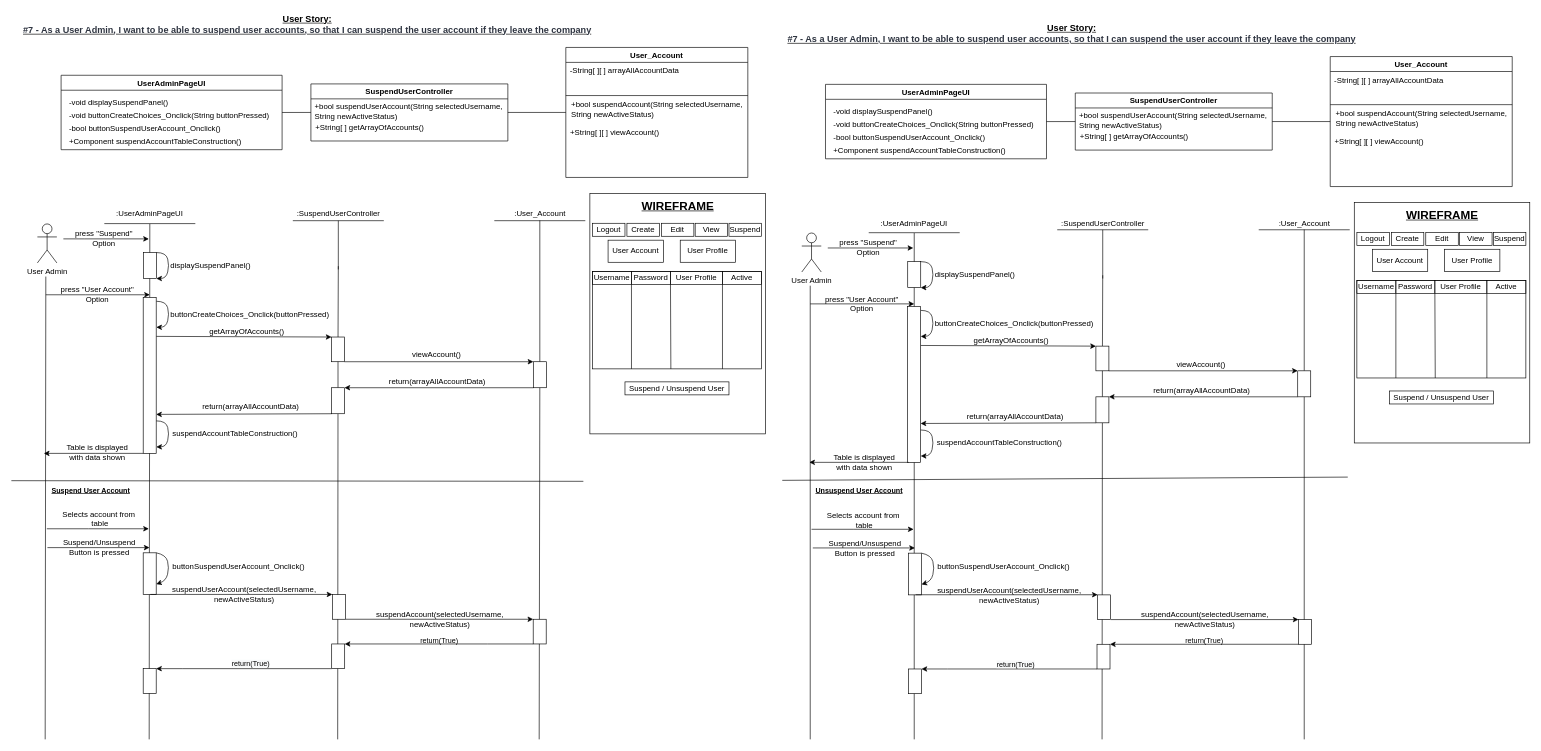
Before: BCE_UML_and_Diagrams/UserAdmin/UserAdmin_Suspend(UserStory_7)/UserStory_7_BCE_Sequence.drawio in extred5700/JAVAGUI-Restaurant-Table-Order-System, a draw.io diagram. Source tidied: cells renumbered, new cells numbered last; positions are measured from the earlier drawing's top-left corner, leaving out a move shared by most shapes. Both pictures are drawn from the tidied source at 65%, with x=0, y=0 at pixel (11, 11).
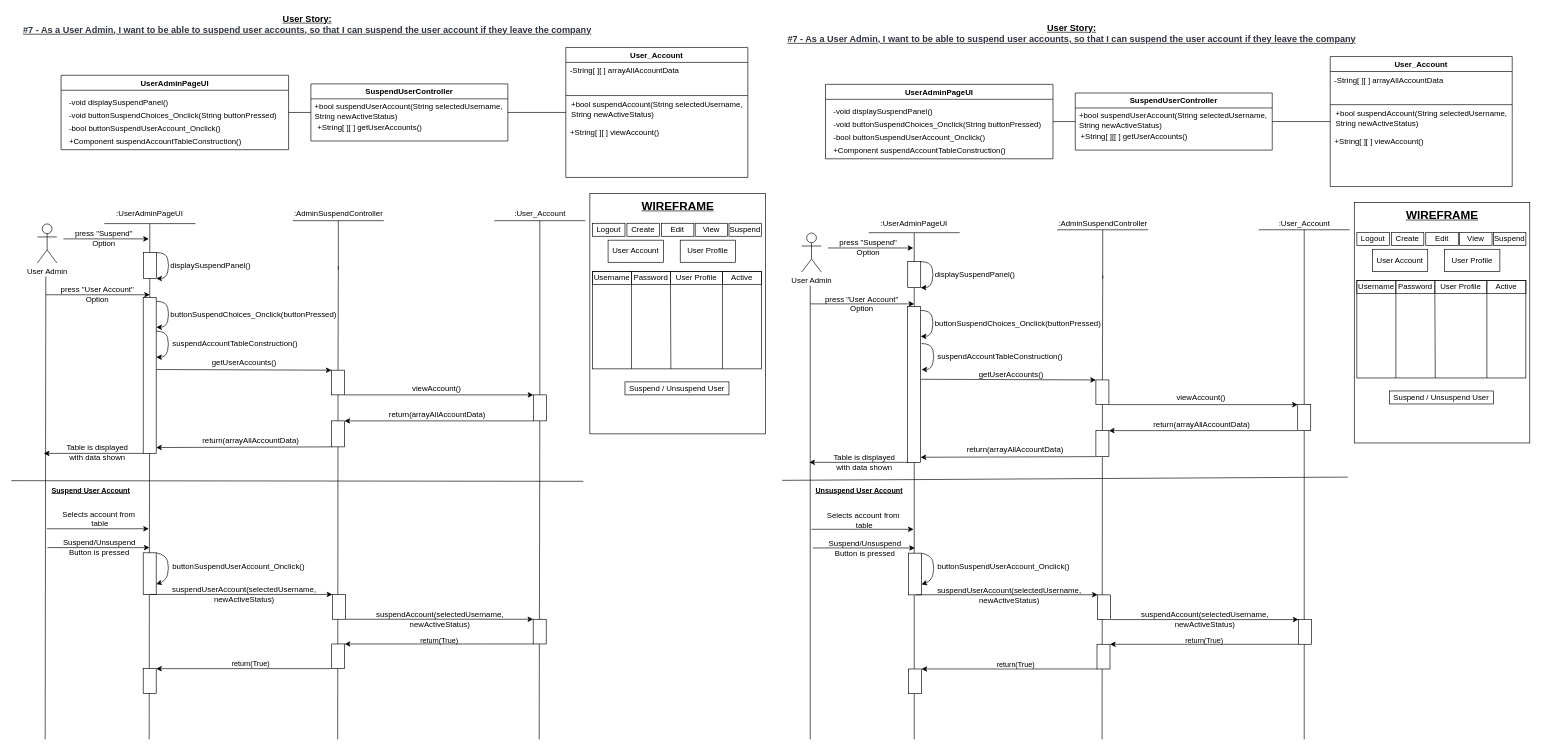
After the change.

Unchanged cells that the change refers to:
```xml
<mxCell id="10" value="SuspendUserController" style="swimlane;" parent="1" vertex="1">
  <mxGeometry x="460.8" y="111.6" width="303" height="87.8" as="geometry" />
</mxCell>
<mxCell id="55" style="rounded=0;whiteSpace=wrap;html=1;" parent="1" vertex="1">
  <mxGeometry x="202.8" y="440" width="20" height="240" as="geometry" />
</mxCell>
<mxCell id="104" value="SuspendUserController" style="swimlane;" parent="1" vertex="1">
  <mxGeometry x="1636.8" y="125.6" width="303" height="87.8" as="geometry" />
</mxCell>
<mxCell id="133" style="rounded=0;whiteSpace=wrap;html=1;" parent="1" vertex="1">
  <mxGeometry x="1378.8" y="454" width="20" height="240" as="geometry" />
</mxCell>
```

The edit, as a diff of the source:
```diff
@@
     <mxCell id="5" value="UserAdminPageUI" style="swimlane;" parent="1" vertex="1">
-      <mxGeometry x="76.5" y="98.3" width="340" height="114.5" as="geometry" />
+      <mxGeometry x="76.5" y="98.3" width="350" height="114.5" as="geometry" />
     </mxCell>
@@
-    <mxCell id="8" value="-void buttonCreateChoices_Onclick(String buttonPressed)" style="text;html=1;align=left;verticalAlign=middle;strokeColor=none;fillColor=none;" parent="5" vertex="1">
-      <mxGeometry x="10" y="51.7" width="320" height="20" as="geometry" />
+    <mxCell id="8" value="-void buttonSuspendChoices_Onclick(String buttonPressed)" style="text;html=1;align=left;verticalAlign=middle;strokeColor=none;fillColor=none;" parent="5" vertex="1">
+      <mxGeometry x="10" y="51.7" width="340" height="20" as="geometry" />
     </mxCell>
@@
-    <mxCell id="12" value="&lt;div style=&quot;text-align: left&quot;&gt;+String[ ] getArrayOfAccounts()&lt;/div&gt;" style="text;html=1;align=center;verticalAlign=middle;strokeColor=none;fillColor=none;" parent="10" vertex="1">
+    <mxCell id="12" value="&lt;div style=&quot;text-align: left&quot;&gt;+String[ ][ ] getUserAccounts()&lt;/div&gt;" style="text;html=1;align=center;verticalAlign=middle;strokeColor=none;fillColor=none;" parent="10" vertex="1">
       <mxGeometry y="57.7" width="180" height="20" as="geometry" />
     </mxCell>
@@
-    <mxCell id="18" value=":SuspendUserController" style="text;html=1;align=center;verticalAlign=middle;strokeColor=none;fillColor=none;" parent="1" vertex="1">
-      <mxGeometry x="433" y="302" width="140" height="20" as="geometry" />
+    <mxCell id="18" value=":AdminSuspendController" style="text;html=1;align=center;verticalAlign=middle;strokeColor=none;fillColor=none;" parent="1" vertex="1">
+      <mxGeometry x="428" y="302" width="150" height="20" as="geometry" />
     </mxCell>
@@
-    <mxCell id="27" value="buttonCreateChoices_Onclick(buttonPressed)" style="text;html=1;align=left;verticalAlign=middle;strokeColor=none;fillColor=none;" parent="1" vertex="1">
-      <mxGeometry x="243" y="456" width="260" height="20" as="geometry" />
+    <mxCell id="27" value="buttonSuspendChoices_Onclick(buttonPressed)" style="text;html=1;align=left;verticalAlign=middle;strokeColor=none;fillColor=none;" parent="1" vertex="1">
+      <mxGeometry x="243" y="456" width="270" height="20" as="geometry" />
     </mxCell>
@@
-    <mxCell id="47" style="endArrow=classic;html=1;rounded=0;entryX=0;entryY=0;entryDx=0;entryDy=0;exitX=1;exitY=0.25;exitDx=0;exitDy=0;" parent="1" edge="1" source="55" target="67">
-      <mxGeometry relative="1" as="geometry" />
+    <mxCell id="47" style="endArrow=classic;html=1;rounded=0;entryX=0;entryY=0;entryDx=0;entryDy=0;exitX=1;exitY=0.25;exitDx=0;exitDy=0;" parent="1" edge="1" target="67">
+      <mxGeometry relative="1" as="geometry">
+        <mxPoint x="222.8" y="551" as="sourcePoint" />
+      </mxGeometry>
     </mxCell>
-    <mxCell id="48" value="getArrayOfAccounts()" style="text;html=1;align=center;verticalAlign=middle;strokeColor=none;fillColor=none;" parent="1" vertex="1">
-      <mxGeometry x="296.5" y="483" width="130" height="20" as="geometry" />
+    <mxCell id="48" value="getUserAccounts()" style="text;html=1;align=center;verticalAlign=middle;strokeColor=none;fillColor=none;" parent="1" vertex="1">
+      <mxGeometry x="302.8" y="531" width="110" height="20" as="geometry" />
     </mxCell>
-    <mxCell id="49" style="endArrow=classic;html=1;rounded=0;exitX=0;exitY=1;exitDx=0;exitDy=0;entryX=1;entryY=0.75;entryDx=0;entryDy=0;" parent="1" edge="1" source="70" target="55">
-      <mxGeometry relative="1" as="geometry" />
+    <mxCell id="49" style="endArrow=classic;html=1;rounded=0;exitX=0;exitY=1;exitDx=0;exitDy=0;entryX=1;entryY=0.75;entryDx=0;entryDy=0;" parent="1" edge="1" source="70">
+      <mxGeometry relative="1" as="geometry">
+        <mxPoint x="222.8" y="671" as="targetPoint" />
+      </mxGeometry>
     </mxCell>
     <mxCell id="50" value="return(arrayAllAccountData)" style="text;html=1;align=center;verticalAlign=middle;strokeColor=none;fillColor=none;" parent="1" vertex="1">
-      <mxGeometry x="287.8" y="599" width="160" height="20" as="geometry" />
+      <mxGeometry x="287.8" y="650" width="160" height="20" as="geometry" />
     </mxCell>
@@
     <mxCell id="52" value="viewAccount()" style="text;html=1;align=center;verticalAlign=middle;strokeColor=none;fillColor=none;" parent="1" vertex="1">
-      <mxGeometry x="608.5" y="519" width="90" height="20" as="geometry" />
+      <mxGeometry x="608.5" y="570" width="90" height="20" as="geometry" />
     </mxCell>
@@
     <mxCell id="54" value="return(arrayAllAccountData)" style="text;html=1;align=center;verticalAlign=middle;strokeColor=none;fillColor=none;" parent="1" vertex="1">
-      <mxGeometry x="574.8" y="560" width="160" height="20" as="geometry" />
+      <mxGeometry x="574.8" y="611" width="160" height="20" as="geometry" />
     </mxCell>
@@
     <mxCell id="56" value="suspendAccountTableConstruction()" style="text;html=1;align=left;verticalAlign=middle;strokeColor=none;fillColor=none;" parent="1" vertex="1">
-      <mxGeometry x="245.8" y="640" width="210" height="20" as="geometry" />
+      <mxGeometry x="245.5" y="502" width="210" height="20" as="geometry" />
     </mxCell>
@@
     <mxCell id="67" style="rounded=0;whiteSpace=wrap;html=1;" parent="1" vertex="1">
-      <mxGeometry x="492.5" y="501" width="20" height="38" as="geometry" />
+      <mxGeometry x="492.5" y="552" width="20" height="38" as="geometry" />
     </mxCell>
@@
     <mxCell id="69" style="rounded=0;whiteSpace=wrap;html=1;" parent="1" vertex="1">
-      <mxGeometry x="803" y="539" width="20" height="40" as="geometry" />
+      <mxGeometry x="803" y="590" width="20" height="40" as="geometry" />
     </mxCell>
     <mxCell id="70" style="rounded=0;whiteSpace=wrap;html=1;" parent="1" vertex="1">
-      <mxGeometry x="492.5" y="579" width="20" height="40" as="geometry" />
+      <mxGeometry x="492.5" y="630" width="20" height="40" as="geometry" />
     </mxCell>
     <mxCell id="71" style="curved=1;endArrow=classic;html=1;rounded=0;entryX=1;entryY=1;entryDx=0;entryDy=0;exitX=1;exitY=0;exitDx=0;exitDy=0;" parent="1" edge="1">
       <mxGeometry relative="1" as="geometry">
-        <mxPoint x="223" y="630" as="sourcePoint" />
-        <mxPoint x="223" y="670" as="targetPoint" />
+        <mxPoint x="222.8" y="492" as="sourcePoint" />
+        <mxPoint x="222.8" y="532" as="targetPoint" />
         <Array as="points">
-          <mxPoint x="238" y="630" />
-          <mxPoint x="243" y="650" />
-          <mxPoint x="238" y="670" />
+          <mxPoint x="237.8" y="492" />
+          <mxPoint x="242.8" y="512" />
+          <mxPoint x="237.8" y="532" />
         </Array>
       </mxGeometry>
     </mxCell>
@@
     <mxCell id="99" value="UserAdminPageUI" style="swimlane;" parent="1" vertex="1">
-      <mxGeometry x="1252.5" y="112.3" width="340" height="114.5" as="geometry" />
+      <mxGeometry x="1252.5" y="112.3" width="350" height="114.5" as="geometry" />
     </mxCell>
@@
-    <mxCell id="102" value="-void buttonCreateChoices_Onclick(String buttonPressed)" style="text;html=1;align=left;verticalAlign=middle;strokeColor=none;fillColor=none;" parent="99" vertex="1">
-      <mxGeometry x="10" y="51.7" width="320" height="20" as="geometry" />
+    <mxCell id="102" value="-void buttonSuspendChoices_Onclick(String buttonPressed)" style="text;html=1;align=left;verticalAlign=middle;strokeColor=none;fillColor=none;" parent="99" vertex="1">
+      <mxGeometry x="10" y="51.7" width="340" height="20" as="geometry" />
     </mxCell>
@@
-    <mxCell id="106" value="&lt;div style=&quot;text-align: left&quot;&gt;+String[ ] getArrayOfAccounts()&lt;/div&gt;" style="text;html=1;align=center;verticalAlign=middle;strokeColor=none;fillColor=none;" parent="104" vertex="1">
+    <mxCell id="106" value="&lt;div style=&quot;text-align: left&quot;&gt;+String[ ][[ ] getUserAccounts()&lt;/div&gt;" style="text;html=1;align=center;verticalAlign=middle;strokeColor=none;fillColor=none;" parent="104" vertex="1">
       <mxGeometry y="57.7" width="180" height="20" as="geometry" />
     </mxCell>
@@
-    <mxCell id="112" value=":SuspendUserController" style="text;html=1;align=center;verticalAlign=middle;strokeColor=none;fillColor=none;" parent="1" vertex="1">
-      <mxGeometry x="1609" y="316" width="140" height="20" as="geometry" />
+    <mxCell id="112" value=":AdminSuspendController" style="text;html=1;align=center;verticalAlign=middle;strokeColor=none;fillColor=none;" parent="1" vertex="1">
+      <mxGeometry x="1604" y="316" width="150" height="20" as="geometry" />
     </mxCell>
@@
-    <mxCell id="121" value="buttonCreateChoices_Onclick(buttonPressed)" style="text;html=1;align=left;verticalAlign=middle;strokeColor=none;fillColor=none;" parent="1" vertex="1">
-      <mxGeometry x="1419" y="470" width="260" height="20" as="geometry" />
+    <mxCell id="121" value="buttonSuspendChoices_Onclick(buttonPressed)" style="text;html=1;align=left;verticalAlign=middle;strokeColor=none;fillColor=none;" parent="1" vertex="1">
+      <mxGeometry x="1419" y="470" width="270" height="20" as="geometry" />
     </mxCell>
@@
-    <mxCell id="125" style="endArrow=classic;html=1;rounded=0;entryX=0;entryY=0;entryDx=0;entryDy=0;exitX=1;exitY=0.25;exitDx=0;exitDy=0;" parent="1" edge="1" source="133" target="144">
-      <mxGeometry relative="1" as="geometry" />
+    <mxCell id="125" style="endArrow=classic;html=1;rounded=0;entryX=0;entryY=0;entryDx=0;entryDy=0;exitX=1;exitY=0.25;exitDx=0;exitDy=0;" parent="1" edge="1" target="144">
+      <mxGeometry relative="1" as="geometry">
+        <mxPoint x="1398.8" y="566" as="sourcePoint" />
+      </mxGeometry>
     </mxCell>
-    <mxCell id="126" value="getArrayOfAccounts()" style="text;html=1;align=center;verticalAlign=middle;strokeColor=none;fillColor=none;" parent="1" vertex="1">
-      <mxGeometry x="1472.5" y="497" width="130" height="20" as="geometry" />
+    <mxCell id="126" value="getUserAccounts()" style="text;html=1;align=center;verticalAlign=middle;strokeColor=none;fillColor=none;" parent="1" vertex="1">
+      <mxGeometry x="1482.5" y="549" width="110" height="20" as="geometry" />
     </mxCell>
-    <mxCell id="127" style="endArrow=classic;html=1;rounded=0;exitX=0;exitY=1;exitDx=0;exitDy=0;entryX=1;entryY=0.75;entryDx=0;entryDy=0;" parent="1" edge="1" source="147" target="133">
-      <mxGeometry relative="1" as="geometry" />
+    <mxCell id="127" style="endArrow=classic;html=1;rounded=0;exitX=0;exitY=1;exitDx=0;exitDy=0;entryX=1;entryY=0.75;entryDx=0;entryDy=0;" parent="1" edge="1" source="147">
+      <mxGeometry relative="1" as="geometry">
+        <mxPoint x="1398.8" y="686" as="targetPoint" />
+      </mxGeometry>
     </mxCell>
     <mxCell id="128" value="return(arrayAllAccountData)" style="text;html=1;align=center;verticalAlign=middle;strokeColor=none;fillColor=none;" parent="1" vertex="1">
-      <mxGeometry x="1463.8" y="613" width="160" height="20" as="geometry" />
+      <mxGeometry x="1463.8" y="665" width="160" height="20" as="geometry" />
     </mxCell>
@@
     <mxCell id="130" value="viewAccount()" style="text;html=1;align=center;verticalAlign=middle;strokeColor=none;fillColor=none;" parent="1" vertex="1">
-      <mxGeometry x="1784.5" y="533" width="90" height="20" as="geometry" />
+      <mxGeometry x="1784.5" y="585" width="90" height="20" as="geometry" />
     </mxCell>
@@
     <mxCell id="132" value="return(arrayAllAccountData)" style="text;html=1;align=center;verticalAlign=middle;strokeColor=none;fillColor=none;" parent="1" vertex="1">
-      <mxGeometry x="1750.8" y="574" width="160" height="20" as="geometry" />
+      <mxGeometry x="1750.8" y="626" width="160" height="20" as="geometry" />
     </mxCell>
@@
     <mxCell id="134" value="suspendAccountTableConstruction()" style="text;html=1;align=left;verticalAlign=middle;strokeColor=none;fillColor=none;" parent="1" vertex="1">
-      <mxGeometry x="1421.8" y="654" width="210" height="20" as="geometry" />
+      <mxGeometry x="1423" y="521" width="210" height="20" as="geometry" />
     </mxCell>
@@
     <mxCell id="144" style="rounded=0;whiteSpace=wrap;html=1;" parent="1" vertex="1">
-      <mxGeometry x="1668.5" y="515" width="20" height="38" as="geometry" />
+      <mxGeometry x="1668.5" y="567" width="20" height="38" as="geometry" />
     </mxCell>
@@
     <mxCell id="146" style="rounded=0;whiteSpace=wrap;html=1;" parent="1" vertex="1">
-      <mxGeometry x="1979" y="553" width="20" height="40" as="geometry" />
+      <mxGeometry x="1979" y="605" width="20" height="40" as="geometry" />
     </mxCell>
     <mxCell id="147" style="rounded=0;whiteSpace=wrap;html=1;" parent="1" vertex="1">
-      <mxGeometry x="1668.5" y="593" width="20" height="40" as="geometry" />
+      <mxGeometry x="1668.5" y="645" width="20" height="40" as="geometry" />
     </mxCell>
     <mxCell id="148" style="curved=1;endArrow=classic;html=1;rounded=0;entryX=1;entryY=1;entryDx=0;entryDy=0;exitX=1;exitY=0;exitDx=0;exitDy=0;" parent="1" edge="1">
       <mxGeometry relative="1" as="geometry">
-        <mxPoint x="1399" y="644" as="sourcePoint" />
-        <mxPoint x="1399" y="684" as="targetPoint" />
+        <mxPoint x="1400.2" y="511" as="sourcePoint" />
+        <mxPoint x="1400.2" y="551" as="targetPoint" />
         <Array as="points">
-          <mxPoint x="1414" y="644" />
-          <mxPoint x="1419" y="664" />
-          <mxPoint x="1414" y="684" />
+          <mxPoint x="1415.2" y="511" />
+          <mxPoint x="1420.2" y="531" />
+          <mxPoint x="1415.2" y="551" />
         </Array>
       </mxGeometry>
     </mxCell>
```
